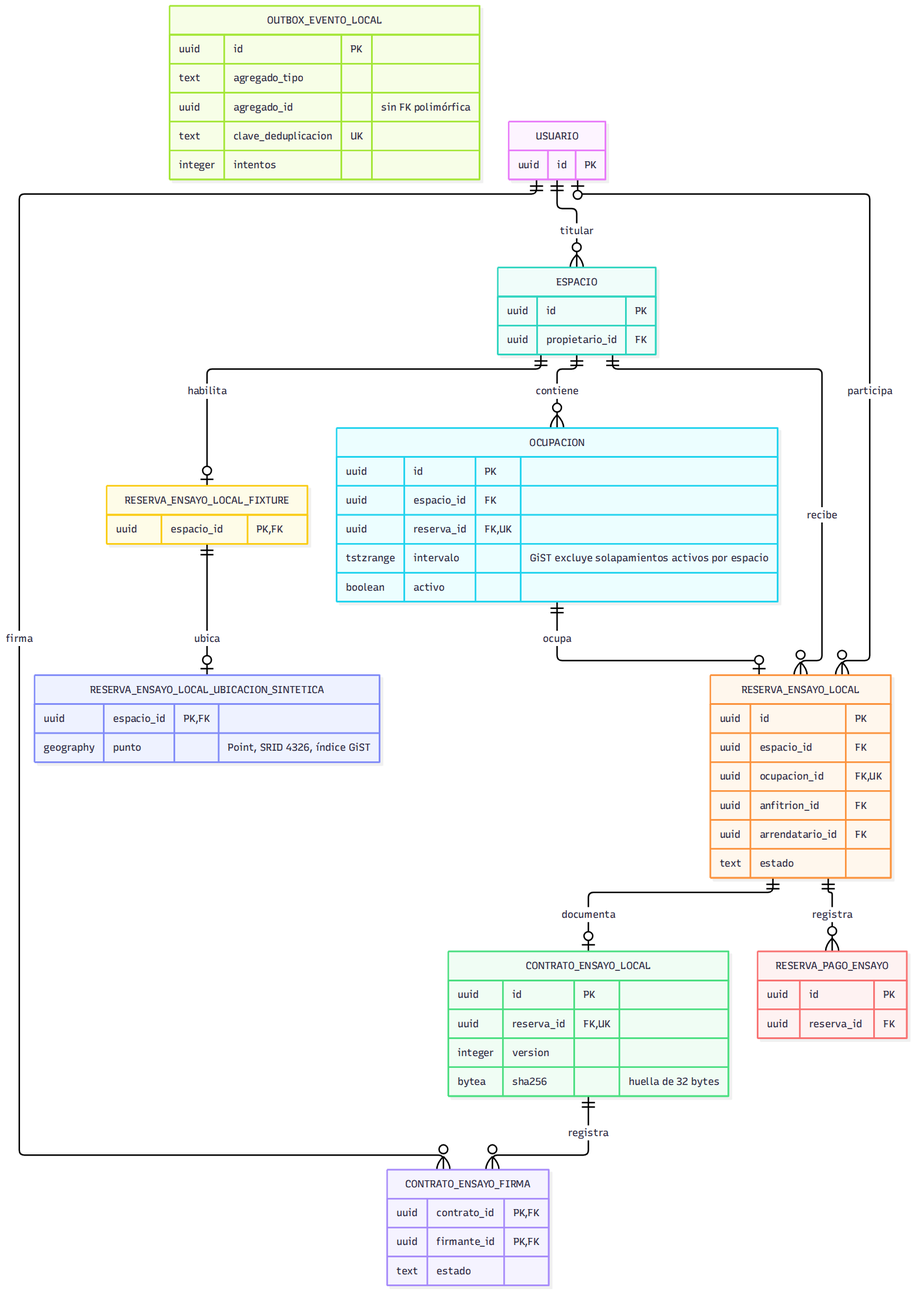
The Mermaid diagram tesis_final/assets/figuras/erd_fisico_ensayo.png in HernanEspinozaDev/proyectotitulo, before a commit. Its source is kept beside it as tesis_final/assets/diagramas_src/erd_fisico_ensayo.mmd.
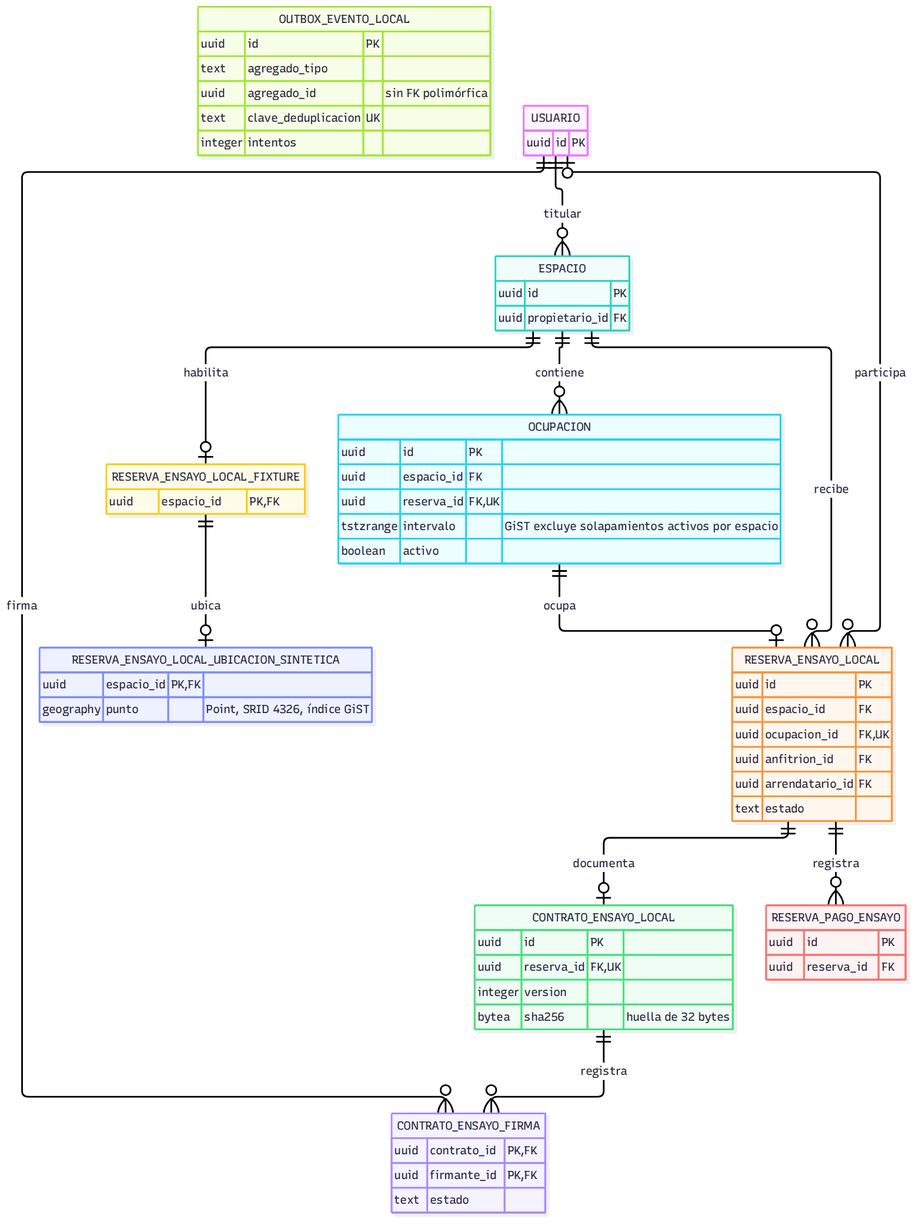
The same diagram one commit later.

Change to the diagram source:
```diff
@@ -1,3 +1,12 @@
+---
+config:
+  er:
+    minEntityWidth: 95
+    minEntityHeight: 45
+    entityPadding: 7
+    diagramPadding: 5
+    fontSize: 16
+---
 erDiagram
     USUARIO ||--o{ ESPACIO : titular
     USUARIO o|--o{ RESERVA_ENSAYO_LOCAL : participa
```
